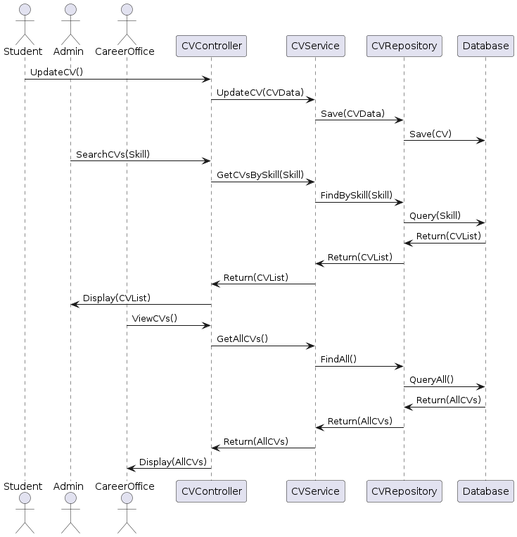
Before: diagrams/collaboratrionDiagram.png, a diagram exported from PlantUML (vkourakos/CVManagerApp). Source of this version:
```plantuml
@startuml
actor Student
actor Admin
actor CareerOffice

Student -> CVController : UpdateCV()
CVController -> CVService : UpdateCV(CVData)
CVService -> CVRepository : Save(CVData)
CVRepository -> Database : Save(CV)

Admin -> CVController : SearchCVs(Skill)
CVController -> CVService : GetCVsBySkill(Skill)
CVService -> CVRepository : FindBySkill(Skill)
CVRepository -> Database : Query(Skill)
Database -> CVRepository : Return(CVList)
CVRepository -> CVService : Return(CVList)
CVService -> CVController : Return(CVList)
CVController -> Admin : Display(CVList)

CareerOffice -> CVController : ViewCVs()
CVController -> CVService : GetAllCVs()
CVService -> CVRepository : FindAll()
CVRepository -> Database : QueryAll()
Database -> CVRepository : Return(AllCVs)
CVRepository -> CVService : Return(AllCVs)
CVService -> CVController : Return(AllCVs)
CVController -> CareerOffice : Display(AllCVs)
@enduml
```
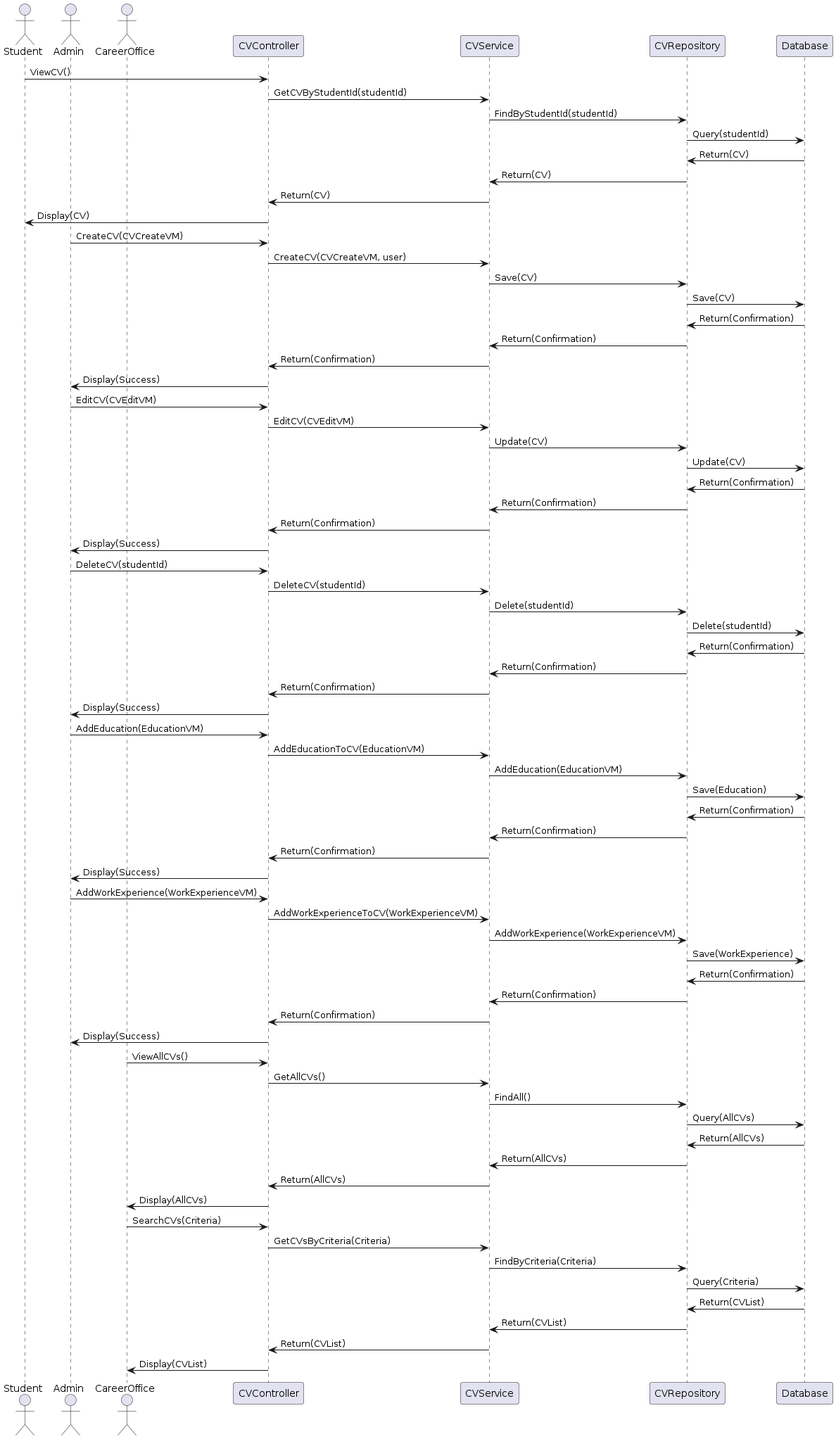
After the commit.

The edit, as a diff of the source:
```diff
@@ -3,26 +3,75 @@
 actor Admin
 actor CareerOffice
 
-Student -> CVController : UpdateCV()
-CVController -> CVService : UpdateCV(CVData)
-CVService -> CVRepository : Save(CVData)
+Student -> CVController : ViewCV()
+CVController -> CVService : GetCVByStudentId(studentId)
+CVService -> CVRepository : FindByStudentId(studentId)
+CVRepository -> Database : Query(studentId)
+Database -> CVRepository : Return(CV)
+CVRepository -> CVService : Return(CV)
+CVService -> CVController : Return(CV)
+CVController -> Student : Display(CV)
+
+Admin -> CVController : CreateCV(CVCreateVM)
+CVController -> CVService : CreateCV(CVCreateVM, user)
+CVService -> CVRepository : Save(CV)
 CVRepository -> Database : Save(CV)
+Database -> CVRepository : Return(Confirmation)
+CVRepository -> CVService : Return(Confirmation)
+CVService -> CVController : Return(Confirmation)
+CVController -> Admin : Display(Success)
 
-Admin -> CVController : SearchCVs(Skill)
-CVController -> CVService : GetCVsBySkill(Skill)
-CVService -> CVRepository : FindBySkill(Skill)
-CVRepository -> Database : Query(Skill)
-Database -> CVRepository : Return(CVList)
-CVRepository -> CVService : Return(CVList)
-CVService -> CVController : Return(CVList)
-CVController -> Admin : Display(CVList)
+Admin -> CVController : EditCV(CVEditVM)
+CVController -> CVService : EditCV(CVEditVM)
+CVService -> CVRepository : Update(CV)
+CVRepository -> Database : Update(CV)
+Database -> CVRepository : Return(Confirmation)
+CVRepository -> CVService : Return(Confirmation)
+CVService -> CVController : Return(Confirmation)
+CVController -> Admin : Display(Success)
 
-CareerOffice -> CVController : ViewCVs()
+Admin -> CVController : DeleteCV(studentId)
+CVController -> CVService : DeleteCV(studentId)
+CVService -> CVRepository : Delete(studentId)
+CVRepository -> Database : Delete(studentId)
+Database -> CVRepository : Return(Confirmation)
+CVRepository -> CVService : Return(Confirmation)
+CVService -> CVController : Return(Confirmation)
+CVController -> Admin : Display(Success)
+
+Admin -> CVController : AddEducation(EducationVM)
+CVController -> CVService : AddEducationToCV(EducationVM)
+CVService -> CVRepository : AddEducation(EducationVM)
+CVRepository -> Database : Save(Education)
+Database -> CVRepository : Return(Confirmation)
+CVRepository -> CVService : Return(Confirmation)
+CVService -> CVController : Return(Confirmation)
+CVController -> Admin : Display(Success)
+
+Admin -> CVController : AddWorkExperience(WorkExperienceVM)
+CVController -> CVService : AddWorkExperienceToCV(WorkExperienceVM)
+CVService -> CVRepository : AddWorkExperience(WorkExperienceVM)
+CVRepository -> Database : Save(WorkExperience)
+Database -> CVRepository : Return(Confirmation)
+CVRepository -> CVService : Return(Confirmation)
+CVService -> CVController : Return(Confirmation)
+CVController -> Admin : Display(Success)
+
+CareerOffice -> CVController : ViewAllCVs()
 CVController -> CVService : GetAllCVs()
 CVService -> CVRepository : FindAll()
-CVRepository -> Database : QueryAll()
+CVRepository -> Database : Query(AllCVs)
 Database -> CVRepository : Return(AllCVs)
 CVRepository -> CVService : Return(AllCVs)
 CVService -> CVController : Return(AllCVs)
 CVController -> CareerOffice : Display(AllCVs)
+
+CareerOffice -> CVController : SearchCVs(Criteria)
+CVController -> CVService : GetCVsByCriteria(Criteria)
+CVService -> CVRepository : FindByCriteria(Criteria)
+CVRepository -> Database : Query(Criteria)
+Database -> CVRepository : Return(CVList)
+CVRepository -> CVService : Return(CVList)
+CVService -> CVController : Return(CVList)
+CVController -> CareerOffice : Display(CVList)
 @enduml
```
